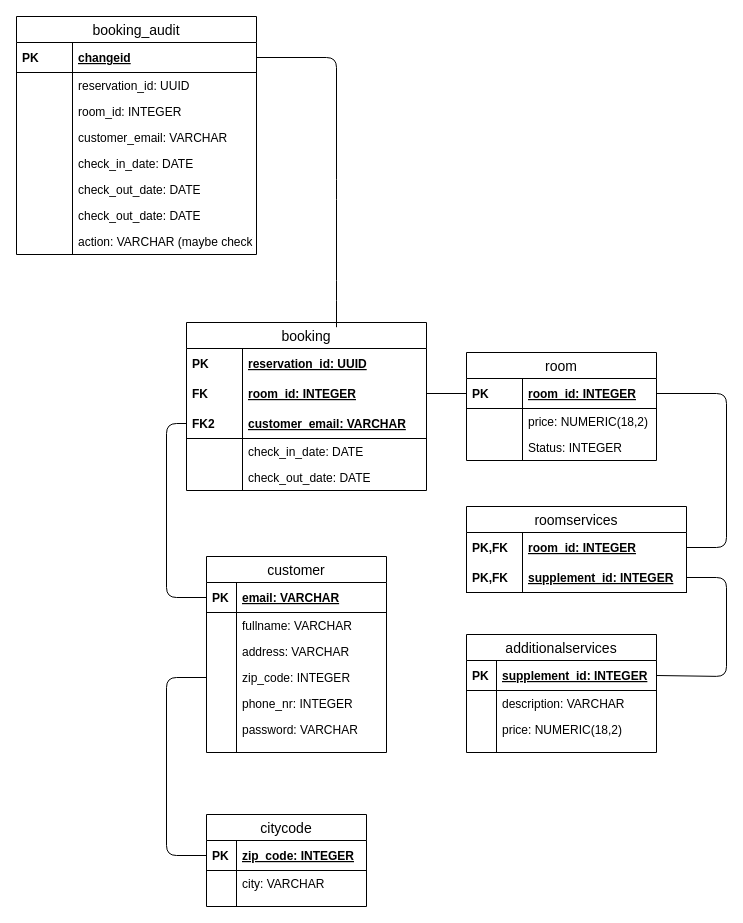
Before: Dokumentation/RDS.drawio in NansyT/CountryLiving, a draw.io diagram. Source tidied: cells renumbered, new cells numbered last; positions are measured from the earlier drawing's top-left corner, leaving out a move shared by most shapes. Both pictures are drawn from the tidied source at 100%, with x=0, y=0 at pixel (16, 16).
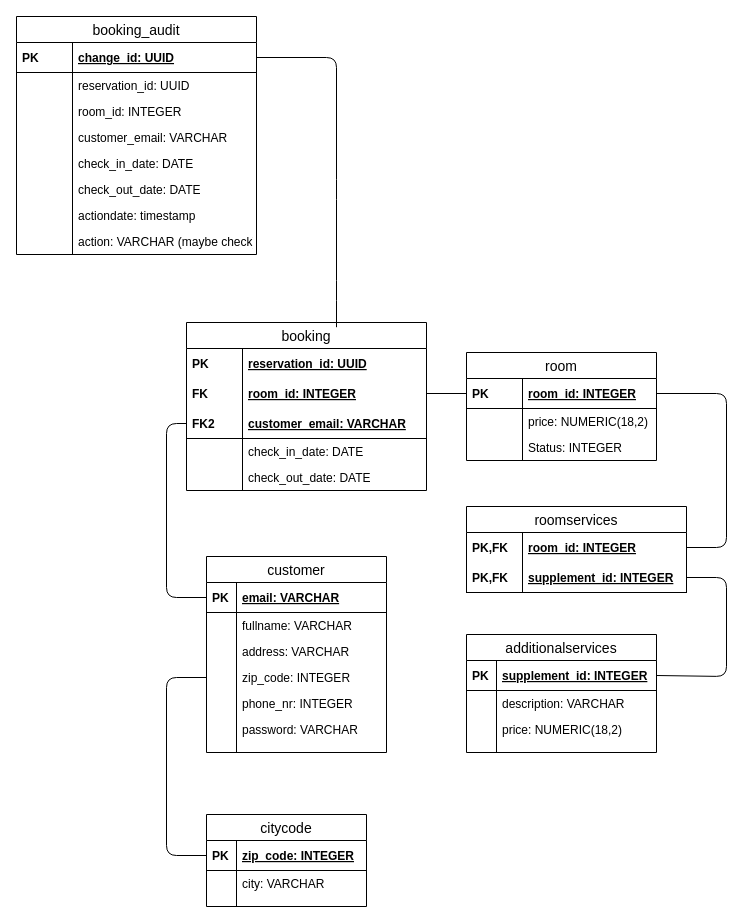
Above is the later version.

Commit message (it also covers changes not shown here):
New database file, and update RDS diagram

Unchanged cells that the change refers to:
```xml
<mxCell id="38" value="booking_audit" style="swimlane;fontStyle=0;horizontal=1;startSize=26;align=center;fontSize=14;" parent="1" vertex="1">
  <mxGeometry width="240" height="238" as="geometry" />
</mxCell>
```

Change to the diagram source:
```diff
@@
-    <mxCell id="39" value="changeid" style="shape=partialRectangle;top=0;left=0;right=0;bottom=1;align=left;verticalAlign=middle;fillColor=none;spacingLeft=60;spacingRight=4;overflow=hidden;points=[[0,0.5],[1,0.5]];portConstraint=eastwest;fontStyle=5;fontSize=12;" parent="38" vertex="1">
+    <mxCell id="39" value="change_id: UUID" style="shape=partialRectangle;top=0;left=0;right=0;bottom=1;align=left;verticalAlign=middle;fillColor=none;spacingLeft=60;spacingRight=4;overflow=hidden;points=[[0,0.5],[1,0.5]];portConstraint=eastwest;fontStyle=5;fontSize=12;" parent="38" vertex="1">
       <mxGeometry y="26" width="240" height="30" as="geometry" />
     </mxCell>
@@
-    <mxCell id="51" value="check_out_date: DATE" style="shape=partialRectangle;top=0;left=0;right=0;bottom=0;align=left;verticalAlign=top;fillColor=none;spacingLeft=60;spacingRight=4;overflow=hidden;fontSize=12;" parent="38" vertex="1">
+    <mxCell id="51" value="actiondate: timestamp" style="shape=partialRectangle;top=0;left=0;right=0;bottom=0;align=left;verticalAlign=top;fillColor=none;spacingLeft=60;spacingRight=4;overflow=hidden;fontSize=12;" parent="38" vertex="1">
       <mxGeometry y="186" width="240" height="26" as="geometry" />
     </mxCell>
```
